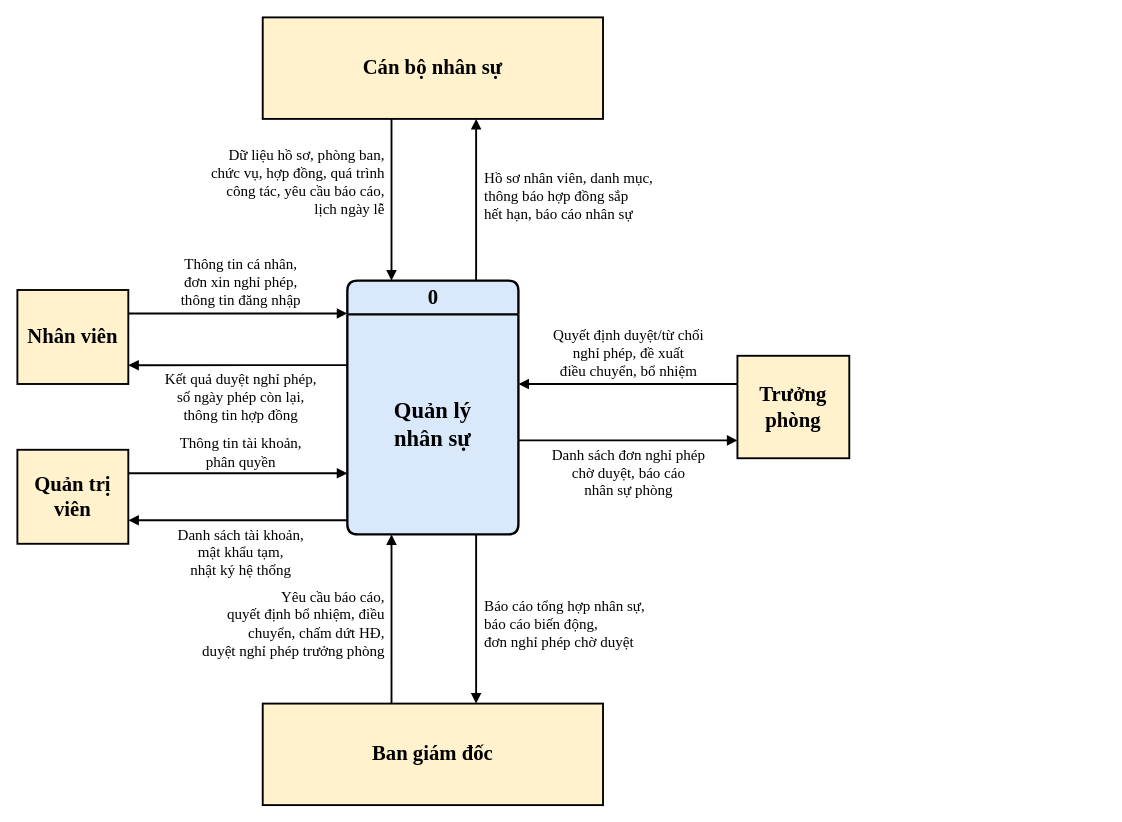
Earlier version of the draw.io diagram page "DFD muc ngu canh" (2 of 7) of diagrams/bfd-dfd.drawio (ninhduo263/human-resource-management-system). Source tidied: cells renumbered, new cells numbered last; positions are measured from the earlier drawing's top-left corner, leaving out a move shared by most shapes. Both pictures are drawn from the tidied source at 94%, with x=0, y=0 at pixel (17, 17).
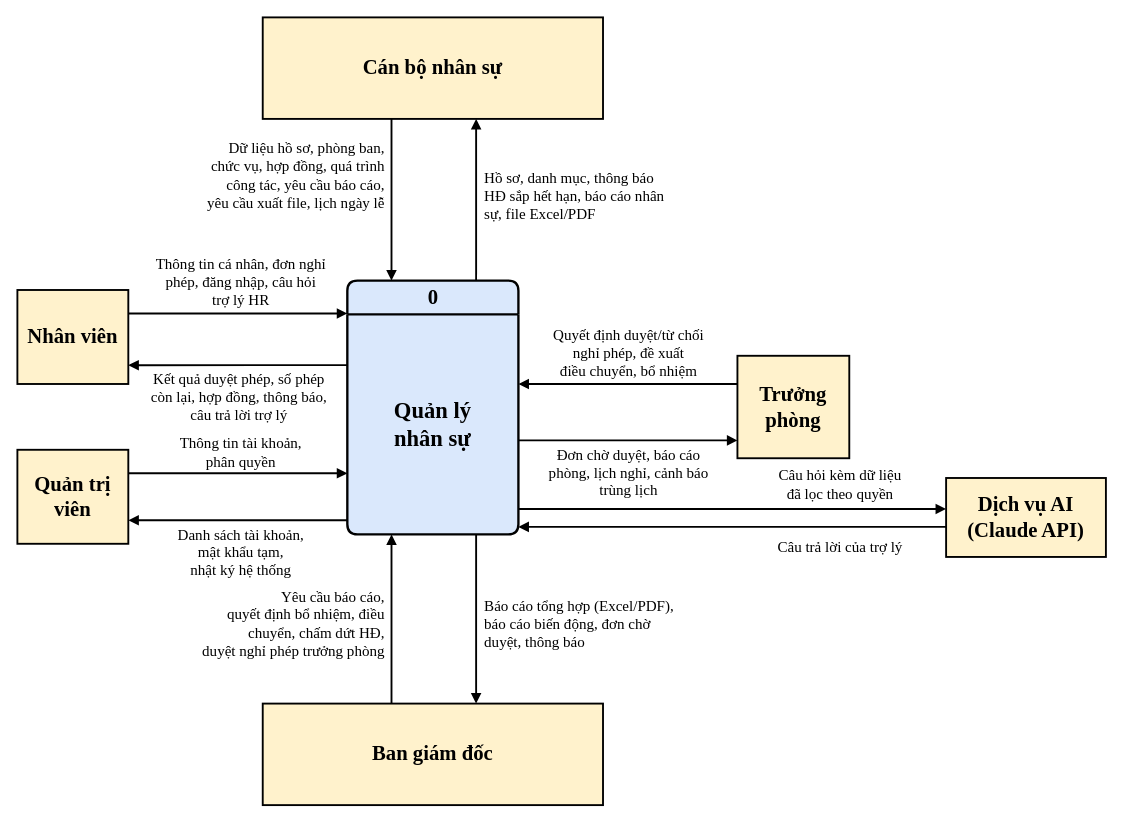
Above is the later version.

The change refers to these unchanged cells:
```xml
<mxCell id="2" value="0" style="swimlane;rounded=1;arcSize=10;startSize=36;html=1;fillColor=#DAE8FC;swimlaneFillColor=#DAE8FC;strokeColor=#000000;strokeWidth=2.5;fontStyle=1;fontSize=22;horizontal=1;fontFamily=Times New Roman;" parent="1" vertex="1">
  <mxGeometry x="351" y="280" width="182" height="270" as="geometry" />
</mxCell>
```

The edit, as a diff of the source:
```diff
@@
-    <mxCell id="10" value="Dữ liệu hồ sơ, phòng ban,&#10;chức vụ, hợp đồng, quá trình&#10;công tác, yêu cầu báo cáo,&#10;lịch ngày lễ" style="text;html=1;whiteSpace=wrap;fontSize=16;fontFamily=Times New Roman;align=right;verticalAlign=middle;" parent="1" vertex="1">
-      <mxGeometry x="138" y="135" width="255" height="80" as="geometry" />
+    <mxCell id="10" value="Dữ liệu hồ sơ, phòng ban,&#10;chức vụ, hợp đồng, quá trình&#10;công tác, yêu cầu báo cáo,&#10;yêu cầu xuất file, lịch ngày lễ" style="text;html=1;whiteSpace=wrap;fontSize=16;fontFamily=Times New Roman;align=right;verticalAlign=middle;" parent="1" vertex="1">
+      <mxGeometry x="138" y="120" width="255" height="96" as="geometry" />
     </mxCell>
@@
-    <mxCell id="12" value="Hồ sơ nhân viên, danh mục,&#10;thông báo hợp đồng sắp&#10;hết hạn, báo cáo nhân sự" style="text;html=1;whiteSpace=wrap;fontSize=16;fontFamily=Times New Roman;align=left;verticalAlign=middle;" parent="1" vertex="1">
+    <mxCell id="12" value="Hồ sơ, danh mục, thông báo&#10;HĐ sắp hết hạn, báo cáo nhân&#10;sự, file Excel/PDF" style="text;html=1;whiteSpace=wrap;fontSize=16;fontFamily=Times New Roman;align=left;verticalAlign=middle;" parent="1" vertex="1">
       <mxGeometry x="495" y="150" width="240" height="80" as="geometry" />
     </mxCell>
@@
-    <mxCell id="14" value="Thông tin cá nhân,&#10;đơn xin nghỉ phép,&#10;thông tin đăng nhập" style="text;html=1;whiteSpace=wrap;fontSize=16;fontFamily=Times New Roman;align=center;verticalAlign=middle;" parent="1" vertex="1">
+    <mxCell id="14" value="Thông tin cá nhân, đơn nghỉ&#10;phép, đăng nhập, câu hỏi&#10;trợ lý HR" style="text;html=1;whiteSpace=wrap;fontSize=16;fontFamily=Times New Roman;align=center;verticalAlign=middle;" parent="1" vertex="1">
       <mxGeometry x="138" y="250" width="200" height="62" as="geometry" />
     </mxCell>
@@
-    <mxCell id="16" value="Kết quả duyệt nghỉ phép,&#10;số ngày phép còn lại,&#10;thông tin hợp đồng" style="text;html=1;whiteSpace=wrap;fontSize=16;fontFamily=Times New Roman;align=center;verticalAlign=middle;" parent="1" vertex="1">
-      <mxGeometry x="128" y="373" width="220" height="62" as="geometry" />
+    <mxCell id="16" value="Kết quả duyệt phép, số phép&#10;còn lại, hợp đồng, thông báo,&#10;câu trả lời trợ lý" style="text;html=1;whiteSpace=wrap;fontSize=16;fontFamily=Times New Roman;align=center;verticalAlign=middle;" parent="1" vertex="1">
+      <mxGeometry x="122" y="373" width="228" height="62" as="geometry" />
     </mxCell>
@@
-    <mxCell id="24" value="Danh sách đơn nghỉ phép&#10;chờ duyệt, báo cáo&#10;nhân sự phòng" style="text;html=1;whiteSpace=wrap;fontSize=16;fontFamily=Times New Roman;align=center;verticalAlign=middle;" parent="1" vertex="1">
+    <mxCell id="24" value="Đơn chờ duyệt, báo cáo&#10;phòng, lịch nghỉ, cảnh báo&#10;trùng lịch" style="text;html=1;whiteSpace=wrap;fontSize=16;fontFamily=Times New Roman;align=center;verticalAlign=middle;" parent="1" vertex="1">
       <mxGeometry x="543" y="453" width="215" height="62" as="geometry" />
     </mxCell>
@@
-    <mxCell id="28" value="Báo cáo tổng hợp nhân sự,&#10;báo cáo biến động,&#10;đơn nghỉ phép chờ duyệt" style="text;html=1;whiteSpace=wrap;fontSize=16;fontFamily=Times New Roman;align=left;verticalAlign=middle;" parent="1" vertex="1">
+    <mxCell id="28" value="Báo cáo tổng hợp (Excel/PDF),&#10;báo cáo biến động, đơn chờ&#10;duyệt, thông báo" style="text;html=1;whiteSpace=wrap;fontSize=16;fontFamily=Times New Roman;align=left;verticalAlign=middle;" parent="1" vertex="1">
       <mxGeometry x="495" y="605" width="240" height="80" as="geometry" />
     </mxCell>
+    <mxCell id="29" value="Dịch vụ AI&#10;(Claude API)" style="rounded=0;whiteSpace=wrap;html=1;fillColor=#FFF2CC;strokeColor=#000000;strokeWidth=2;fontStyle=1;fontSize=22;fontFamily=Times New Roman;" parent="1" vertex="1">
+      <mxGeometry x="988" y="490" width="170" height="84" as="geometry" />
+    </mxCell>
+    <mxCell id="30" style="endArrow=block;endFill=1;html=1;rounded=0;strokeWidth=2;exitX=1.0;exitY=0.9;entryX=0.0;entryY=0.3929;exitDx=0;exitDy=0;entryDx=0;entryDy=0;" parent="1" edge="1" source="2" target="29">
+      <mxGeometry relative="1" as="geometry" />
+    </mxCell>
+    <mxCell id="31" style="endArrow=block;endFill=1;html=1;rounded=0;strokeWidth=2;exitX=0.0;exitY=0.619;entryX=1.0;entryY=0.9704;exitDx=0;exitDy=0;entryDx=0;entryDy=0;" parent="1" edge="1" source="29" target="2">
+      <mxGeometry relative="1" as="geometry" />
+    </mxCell>
+    <mxCell id="32" value="Câu hỏi kèm dữ liệu&#10;đã lọc theo quyền" style="text;html=1;whiteSpace=wrap;fontSize=16;fontFamily=Times New Roman;align=center;verticalAlign=middle;" parent="1" vertex="1">
+      <mxGeometry x="768" y="475" width="215" height="44" as="geometry" />
+    </mxCell>
+    <mxCell id="33" value="Câu trả lời của trợ lý" style="text;html=1;whiteSpace=wrap;fontSize=16;fontFamily=Times New Roman;align=center;verticalAlign=middle;" parent="1" vertex="1">
+      <mxGeometry x="768" y="548" width="215" height="30" as="geometry" />
+    </mxCell>
```
